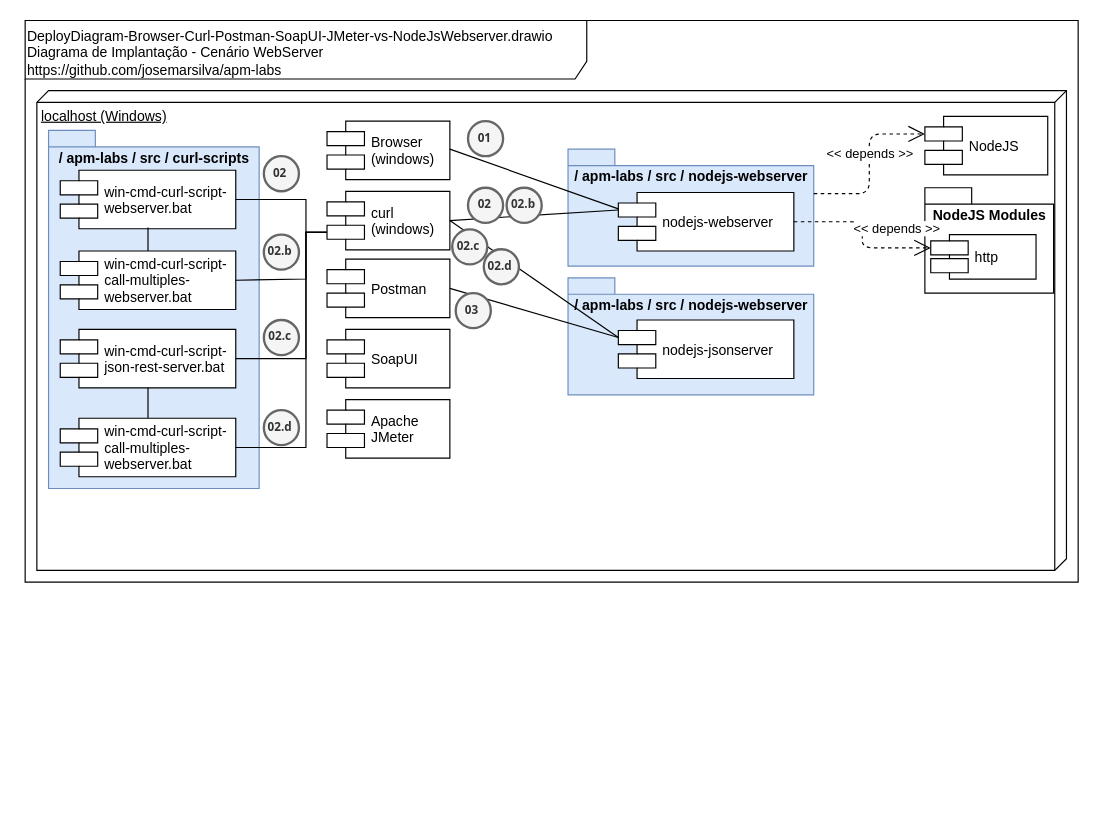
Before: doc/DeployDiagram-Browser-Curl-Postman-SoapUI-JMeter-vs-NodeJsWebserver.drawio in josemarsilva/apm-labs, a draw.io diagram. Source tidied: cells renumbered, new cells numbered last; positions are measured from the earlier drawing's top-left corner, leaving out a move shared by most shapes. Both pictures are drawn from the tidied source at 117%, with x=0, y=0 at pixel (25, 20).
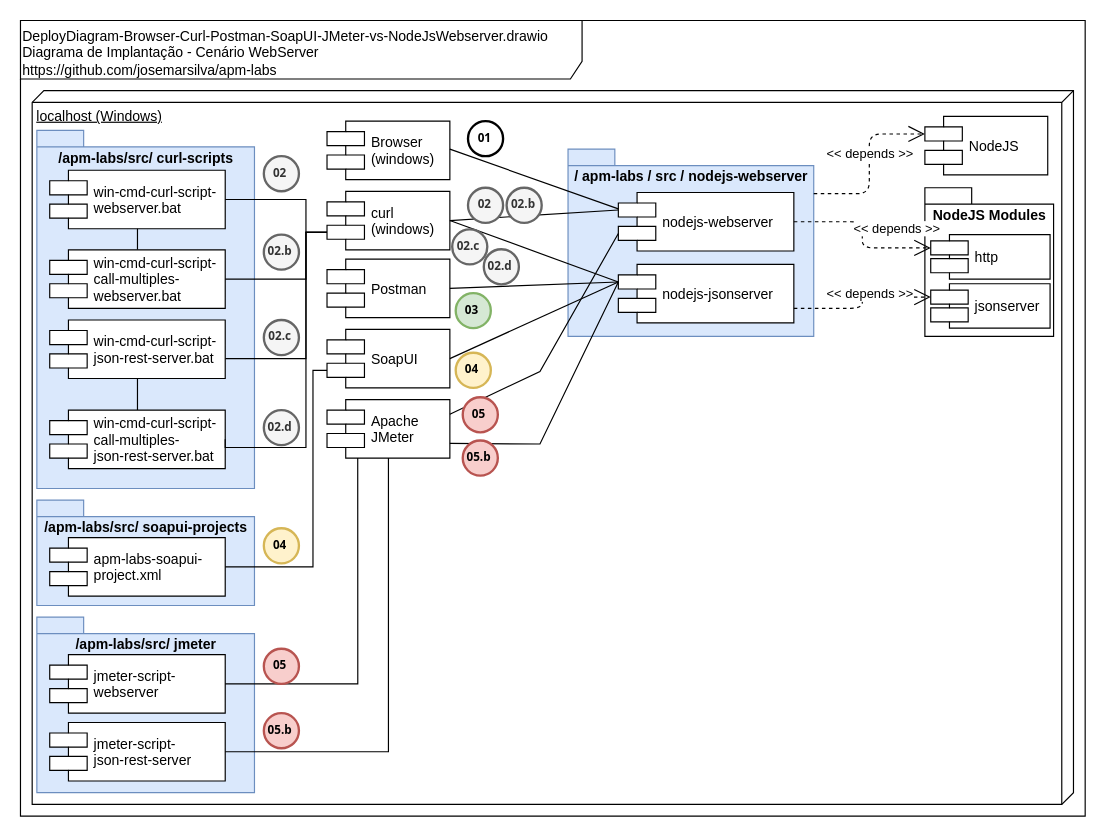
The same diagram, later.

Unchanged cells that the change refers to:
```xml
<mxCell id="7" value="SoapUI" style="shape=component;align=left;spacingLeft=36;" parent="1" vertex="1">
  <mxGeometry x="258" y="264" width="105" height="50" as="geometry" />
</mxCell>
<mxCell id="9" value="nodejs-webserver" style="shape=component;align=left;spacingLeft=36;" parent="1" vertex="1">
  <mxGeometry x="507" y="147" width="150" height="50" as="geometry" />
</mxCell>
<mxCell id="10" value="Apache&#10;JMeter" style="shape=component;align=left;spacingLeft=36;" parent="1" vertex="1">
  <mxGeometry x="258" y="324" width="105" height="50" as="geometry" />
</mxCell>
```

What changed in the source:
```diff
@@
     <mxCell id="2" value="DeployDiagram-Browser-Curl-Postman-SoapUI-JMeter-vs-NodeJsWebserver.drawio&lt;br&gt;Diagrama de Implantação - Cenário WebServer&lt;br&gt;https://github.com/josemarsilva/apm-labs" style="shape=umlFrame;whiteSpace=wrap;html=1;width=480;height=50;verticalAlign=top;align=left;" parent="1" vertex="1">
-      <mxGeometry width="900" height="480" as="geometry" />
+      <mxGeometry x="-4" width="910" height="680" as="geometry" />
     </mxCell>
     <mxCell id="3" value="localhost (Windows)" style="verticalAlign=top;align=left;spacingTop=8;spacingLeft=2;spacingRight=12;shape=cube;size=10;direction=south;fontStyle=4;html=1;" parent="1" vertex="1">
-      <mxGeometry x="10" y="60" width="880" height="410" as="geometry" />
+      <mxGeometry x="6" y="60" width="890" height="610" as="geometry" />
     </mxCell>
@@
     <mxCell id="8" value="/ apm-labs / src /&amp;nbsp;&lt;span style=&quot;text-align: left&quot;&gt;nodejs-webserver&lt;/span&gt;" style="shape=folder;fontStyle=1;spacingTop=10;tabWidth=40;tabHeight=14;tabPosition=left;html=1;verticalAlign=top;fillColor=#dae8fc;strokeColor=#6c8ebf;" parent="1" vertex="1">
-      <mxGeometry x="464" y="110" width="210" height="100" as="geometry" />
+      <mxGeometry x="464" y="110" width="210" height="160" as="geometry" />
     </mxCell>
@@
-    <mxCell id="11" value="01" style="ellipse;whiteSpace=wrap;html=1;strokeWidth=2;fontFamily=Tahoma;spacingBottom=4;spacingRight=2;fontStyle=1;fillColor=#f5f5f5;strokeColor=#666666;fontColor=#333333;fontSize=10;" parent="1" vertex="1">
+    <mxCell id="11" value="01" style="ellipse;whiteSpace=wrap;html=1;strokeWidth=2;fontFamily=Tahoma;spacingBottom=4;spacingRight=2;fontStyle=1;fontSize=10;" parent="1" vertex="1">
       <mxGeometry x="378.5" y="86" width="30" height="30" as="geometry" />
     </mxCell>
@@
     <mxCell id="13" value="NodeJS Modules" style="shape=folder;fontStyle=1;spacingTop=10;tabWidth=40;tabHeight=14;tabPosition=left;html=1;verticalAlign=top;" parent="1" vertex="1">
-      <mxGeometry x="769" y="143" width="110" height="90" as="geometry" />
+      <mxGeometry x="769" y="143" width="110" height="127" as="geometry" />
     </mxCell>
     <mxCell id="14" value="http" style="shape=component;align=left;spacingLeft=36;" parent="1" vertex="1">
-      <mxGeometry x="774" y="183" width="90" height="38" as="geometry" />
+      <mxGeometry x="774" y="183" width="102" height="38" as="geometry" />
     </mxCell>
@@
-    <mxCell id="17" value="/ apm-labs / src /&amp;nbsp;&lt;span style=&quot;text-align: left&quot;&gt;curl-scripts&lt;/span&gt;" style="shape=folder;fontStyle=1;spacingTop=10;tabWidth=40;tabHeight=14;tabPosition=left;html=1;verticalAlign=top;fillColor=#dae8fc;strokeColor=#6c8ebf;" parent="1" vertex="1">
-      <mxGeometry x="20" y="94" width="180" height="306" as="geometry" />
+    <mxCell id="17" value="/apm-labs/src/&amp;nbsp;&lt;span style=&quot;text-align: left&quot;&gt;curl-scripts&lt;/span&gt;" style="shape=folder;fontStyle=1;spacingTop=10;tabWidth=40;tabHeight=14;tabPosition=left;html=1;verticalAlign=top;fillColor=#dae8fc;strokeColor=#6c8ebf;" parent="1" vertex="1">
+      <mxGeometry x="10" y="94" width="186" height="306" as="geometry" />
     </mxCell>
     <mxCell id="18" value="win-cmd-curl-script-&#10;webserver.bat" style="shape=component;align=left;spacingLeft=36;" parent="1" vertex="1">
-      <mxGeometry x="30" y="128" width="150" height="50" as="geometry" />
+      <mxGeometry x="21" y="128" width="150" height="50" as="geometry" />
     </mxCell>
-    <mxCell id="19" value="02" style="ellipse;whiteSpace=wrap;html=1;strokeWidth=2;fontFamily=Tahoma;spacingBottom=4;spacingRight=2;fontStyle=1;fillColor=#f5f5f5;strokeColor=#666666;fontColor=#333333;fontSize=10;" parent="1" vertex="1">
+    <mxCell id="19" value="02" style="ellipse;whiteSpace=wrap;html=1;strokeWidth=2;fontFamily=Tahoma;spacingBottom=4;spacingRight=2;fontStyle=1;fillColor=#f5f5f5;strokeColor=#666666;fontSize=10;fontColor=#333333;" parent="1" vertex="1">
       <mxGeometry x="204" y="116" width="30" height="30" as="geometry" />
     </mxCell>
@@
-    <mxCell id="21" style="edgeStyle=orthogonalEdgeStyle;rounded=0;jettySize=auto;html=1;endArrow=none;endFill=0;entryX=0.5;entryY=1;entryDx=0;entryDy=0;" parent="1" edge="1" source="22" target="18">
+    <mxCell id="21" style="rounded=0;jettySize=auto;html=1;endArrow=none;endFill=0;entryX=0.5;entryY=1;entryDx=0;entryDy=0;" parent="1" edge="1" source="22" target="18">
       <mxGeometry relative="1" as="geometry" />
     </mxCell>
     <mxCell id="22" value="win-cmd-curl-script-&#10;call-multiples-&#10;webserver.bat" style="shape=component;align=left;spacingLeft=36;" parent="1" vertex="1">
-      <mxGeometry x="30" y="197" width="150" height="50" as="geometry" />
+      <mxGeometry x="21" y="196" width="150" height="50" as="geometry" />
     </mxCell>
@@
-    <mxCell id="24" value="02.b" style="ellipse;whiteSpace=wrap;html=1;strokeWidth=2;fontFamily=Tahoma;spacingBottom=4;spacingRight=2;fontStyle=1;fillColor=#f5f5f5;strokeColor=#666666;fontColor=#333333;fontSize=10;" parent="1" vertex="1">
+    <mxCell id="24" value="02.b" style="ellipse;whiteSpace=wrap;html=1;strokeWidth=2;fontFamily=Tahoma;spacingBottom=4;spacingRight=2;fontStyle=1;fillColor=#f5f5f5;strokeColor=#666666;fontSize=10;fontColor=#333333;" parent="1" vertex="1">
       <mxGeometry x="204" y="183" width="30" height="30" as="geometry" />
     </mxCell>
-    <mxCell id="25" value="/ apm-labs / src /&amp;nbsp;&lt;span style=&quot;text-align: left&quot;&gt;nodejs-webserver&lt;/span&gt;" style="shape=folder;fontStyle=1;spacingTop=10;tabWidth=40;tabHeight=14;tabPosition=left;html=1;verticalAlign=top;fillColor=#dae8fc;strokeColor=#6c8ebf;" parent="1" vertex="1">
-      <mxGeometry x="464" y="220" width="210" height="100" as="geometry" />
-    </mxCell>
     <mxCell id="26" value="nodejs-jsonserver" style="shape=component;align=left;spacingLeft=36;" parent="1" vertex="1">
-      <mxGeometry x="507" y="256" width="150" height="50" as="geometry" />
+      <mxGeometry x="507" y="208.5" width="150" height="50" as="geometry" />
     </mxCell>
@@
     <mxCell id="28" value="win-cmd-curl-script-&#10;json-rest-server.bat" style="shape=component;align=left;spacingLeft=36;" parent="1" vertex="1">
-      <mxGeometry x="30" y="264" width="150" height="50" as="geometry" />
+      <mxGeometry x="21" y="256" width="150" height="50" as="geometry" />
     </mxCell>
-    <mxCell id="29" value="02.c" style="ellipse;whiteSpace=wrap;html=1;strokeWidth=2;fontFamily=Tahoma;spacingBottom=4;spacingRight=2;fontStyle=1;fillColor=#f5f5f5;strokeColor=#666666;fontColor=#333333;fontSize=10;" parent="1" vertex="1">
+    <mxCell id="29" value="02.c" style="ellipse;whiteSpace=wrap;html=1;strokeWidth=2;fontFamily=Tahoma;spacingBottom=4;spacingRight=2;fontStyle=1;fillColor=#f5f5f5;strokeColor=#666666;fontSize=10;fontColor=#333333;" parent="1" vertex="1">
       <mxGeometry x="204" y="256" width="30" height="30" as="geometry" />
     </mxCell>
@@
-    <mxCell id="31" value="win-cmd-curl-script-&#10;call-multiples-&#10;webserver.bat" style="shape=component;align=left;spacingLeft=36;" parent="1" vertex="1">
-      <mxGeometry x="30" y="340" width="150" height="50" as="geometry" />
+    <mxCell id="31" value="win-cmd-curl-script-&#10;call-multiples-&#10;json-rest-server.bat" style="shape=component;align=left;spacingLeft=36;" parent="1" vertex="1">
+      <mxGeometry x="21" y="333" width="150" height="50" as="geometry" />
     </mxCell>
@@
-    <mxCell id="33" value="02.d" style="ellipse;whiteSpace=wrap;html=1;strokeWidth=2;fontFamily=Tahoma;spacingBottom=4;spacingRight=2;fontStyle=1;fillColor=#f5f5f5;strokeColor=#666666;fontColor=#333333;fontSize=10;" parent="1" vertex="1">
+    <mxCell id="33" value="02.d" style="ellipse;whiteSpace=wrap;html=1;strokeWidth=2;fontFamily=Tahoma;spacingBottom=4;spacingRight=2;fontStyle=1;fillColor=#f5f5f5;strokeColor=#666666;fontSize=10;fontColor=#333333;" parent="1" vertex="1">
       <mxGeometry x="204" y="333" width="30" height="30" as="geometry" />
     </mxCell>
@@
-    <mxCell id="37" value="02" style="ellipse;whiteSpace=wrap;html=1;strokeWidth=2;fontFamily=Tahoma;spacingBottom=4;spacingRight=2;fontStyle=1;fillColor=#f5f5f5;strokeColor=#666666;fontColor=#333333;fontSize=10;" parent="1" vertex="1">
+    <mxCell id="37" value="02" style="ellipse;whiteSpace=wrap;html=1;strokeWidth=2;fontFamily=Tahoma;spacingBottom=4;spacingRight=2;fontStyle=1;fillColor=#f5f5f5;strokeColor=#666666;fontSize=10;fontColor=#333333;" parent="1" vertex="1">
       <mxGeometry x="378.5" y="143" width="30" height="30" as="geometry" />
     </mxCell>
-    <mxCell id="38" value="02.c" style="ellipse;whiteSpace=wrap;html=1;strokeWidth=2;fontFamily=Tahoma;spacingBottom=4;spacingRight=2;fontStyle=1;fillColor=#f5f5f5;strokeColor=#666666;fontColor=#333333;fontSize=10;" parent="1" vertex="1">
+    <mxCell id="38" value="02.c" style="ellipse;whiteSpace=wrap;html=1;strokeWidth=2;fontFamily=Tahoma;spacingBottom=4;spacingRight=2;fontStyle=1;fillColor=#f5f5f5;strokeColor=#666666;fontSize=10;fontColor=#333333;" parent="1" vertex="1">
       <mxGeometry x="365" y="178.5" width="30" height="30" as="geometry" />
     </mxCell>
-    <mxCell id="39" value="02.b" style="ellipse;whiteSpace=wrap;html=1;strokeWidth=2;fontFamily=Tahoma;spacingBottom=4;spacingRight=2;fontStyle=1;fillColor=#f5f5f5;strokeColor=#666666;fontColor=#333333;fontSize=10;" parent="1" vertex="1">
+    <mxCell id="39" value="02.b" style="ellipse;whiteSpace=wrap;html=1;strokeWidth=2;fontFamily=Tahoma;spacingBottom=4;spacingRight=2;fontStyle=1;fillColor=#f5f5f5;strokeColor=#666666;fontSize=10;fontColor=#333333;" parent="1" vertex="1">
       <mxGeometry x="411.5" y="143" width="30" height="30" as="geometry" />
     </mxCell>
-    <mxCell id="40" value="02.d" style="ellipse;whiteSpace=wrap;html=1;strokeWidth=2;fontFamily=Tahoma;spacingBottom=4;spacingRight=2;fontStyle=1;fillColor=#f5f5f5;strokeColor=#666666;fontColor=#333333;fontSize=10;" parent="1" vertex="1">
+    <mxCell id="40" value="02.d" style="ellipse;whiteSpace=wrap;html=1;strokeWidth=2;fontFamily=Tahoma;spacingBottom=4;spacingRight=2;fontStyle=1;fillColor=#f5f5f5;strokeColor=#666666;fontSize=10;fontColor=#333333;" parent="1" vertex="1">
       <mxGeometry x="392" y="195.5" width="30" height="30" as="geometry" />
     </mxCell>
@@
-    <mxCell id="42" value="03" style="ellipse;whiteSpace=wrap;html=1;strokeWidth=2;fontFamily=Tahoma;spacingBottom=4;spacingRight=2;fontStyle=1;fillColor=#f5f5f5;strokeColor=#666666;fontColor=#333333;fontSize=10;" parent="1" vertex="1">
+    <mxCell id="42" value="03" style="ellipse;whiteSpace=wrap;html=1;strokeWidth=2;fontFamily=Tahoma;spacingBottom=4;spacingRight=2;fontStyle=1;fillColor=#d5e8d4;strokeColor=#82b366;fontSize=10;" parent="1" vertex="1">
       <mxGeometry x="368" y="233" width="30" height="30" as="geometry" />
     </mxCell>
+    <mxCell id="43" style="endArrow=none;startArrow=none;endFill=0;startFill=0;html=1;exitX=1;exitY=0.5;exitDx=0;exitDy=0;entryX=0;entryY=0.3;entryDx=0;entryDy=0;rounded=0;" parent="1" edge="1" source="7" target="26">
+      <mxGeometry relative="1" as="geometry" />
+    </mxCell>
+    <mxCell id="44" value="04" style="ellipse;whiteSpace=wrap;html=1;strokeWidth=2;fontFamily=Tahoma;spacingBottom=4;spacingRight=2;fontStyle=1;fillColor=#fff2cc;strokeColor=#d6b656;fontSize=10;" parent="1" vertex="1">
+      <mxGeometry x="368" y="284" width="30" height="30" as="geometry" />
+    </mxCell>
+    <mxCell id="45" style="endArrow=none;startArrow=none;endFill=0;startFill=0;html=1;exitX=1;exitY=0.25;exitDx=0;exitDy=0;entryX=0;entryY=0.7;entryDx=0;entryDy=0;rounded=0;" parent="1" edge="1" source="10" target="9">
+      <mxGeometry relative="1" as="geometry">
+        <Array as="points">
+          <mxPoint x="440" y="300" />
+        </Array>
+      </mxGeometry>
+    </mxCell>
+    <mxCell id="46" style="endArrow=none;startArrow=none;endFill=0;startFill=0;html=1;exitX=1;exitY=0.75;exitDx=0;exitDy=0;rounded=0;entryX=0;entryY=0.3;entryDx=0;entryDy=0;" parent="1" edge="1" source="10" target="26">
+      <mxGeometry relative="1" as="geometry">
+        <Array as="points">
+          <mxPoint x="440" y="362" />
+        </Array>
+      </mxGeometry>
+    </mxCell>
+    <mxCell id="47" value="05" style="ellipse;whiteSpace=wrap;html=1;strokeWidth=2;fontFamily=Tahoma;spacingBottom=4;spacingRight=2;fontStyle=1;fillColor=#f8cecc;strokeColor=#b85450;fontSize=10;" parent="1" vertex="1">
+      <mxGeometry x="374" y="322" width="30" height="30" as="geometry" />
+    </mxCell>
+    <mxCell id="48" value="05.b" style="ellipse;whiteSpace=wrap;html=1;strokeWidth=2;fontFamily=Tahoma;spacingBottom=4;spacingRight=2;fontStyle=1;fillColor=#f8cecc;strokeColor=#b85450;fontSize=10;" parent="1" vertex="1">
+      <mxGeometry x="374" y="359" width="30" height="30" as="geometry" />
+    </mxCell>
+    <mxCell id="49" value="&lt;div style=&quot;text-align: left&quot;&gt;&lt;span&gt;/apm-labs/src/ &lt;/span&gt;&lt;span&gt;soapui-projects&lt;/span&gt;&lt;/div&gt;" style="shape=folder;fontStyle=1;spacingTop=10;tabWidth=40;tabHeight=14;tabPosition=left;html=1;verticalAlign=top;fillColor=#dae8fc;strokeColor=#6c8ebf;" parent="1" vertex="1">
+      <mxGeometry x="10" y="410" width="186" height="90" as="geometry" />
+    </mxCell>
+    <mxCell id="50" value="apm-labs-soapui-&#10;project.xml" style="shape=component;align=left;spacingLeft=36;" parent="1" vertex="1">
+      <mxGeometry x="21" y="442" width="150" height="50" as="geometry" />
+    </mxCell>
+    <mxCell id="51" style="rounded=0;jettySize=auto;html=1;entryX=0;entryY=0.7;entryDx=0;entryDy=0;endArrow=none;endFill=0;exitX=1;exitY=0.5;exitDx=0;exitDy=0;edgeStyle=orthogonalEdgeStyle;" parent="1" edge="1" source="50" target="7">
+      <mxGeometry relative="1" as="geometry">
+        <Array as="points">
+          <mxPoint x="246" y="467" />
+          <mxPoint x="246" y="299" />
+        </Array>
+      </mxGeometry>
+    </mxCell>
+    <mxCell id="52" value="&lt;div style=&quot;text-align: left&quot;&gt;&lt;span&gt;/apm-labs/src/&amp;nbsp;&lt;/span&gt;&lt;span&gt;jmeter&lt;/span&gt;&lt;/div&gt;" style="shape=folder;fontStyle=1;spacingTop=10;tabWidth=40;tabHeight=14;tabPosition=left;html=1;verticalAlign=top;fillColor=#dae8fc;strokeColor=#6c8ebf;" parent="1" vertex="1">
+      <mxGeometry x="10" y="510" width="186" height="150" as="geometry" />
+    </mxCell>
+    <mxCell id="53" value="jmeter-script-&#10;webserver" style="shape=component;align=left;spacingLeft=36;" parent="1" vertex="1">
+      <mxGeometry x="21" y="542" width="150" height="50" as="geometry" />
+    </mxCell>
+    <mxCell id="54" value="04" style="ellipse;whiteSpace=wrap;html=1;strokeWidth=2;fontFamily=Tahoma;spacingBottom=4;spacingRight=2;fontStyle=1;fillColor=#fff2cc;strokeColor=#d6b656;fontSize=10;" parent="1" vertex="1">
+      <mxGeometry x="204" y="434" width="30" height="30" as="geometry" />
+    </mxCell>
+    <mxCell id="55" style="rounded=0;jettySize=auto;html=1;entryX=0.25;entryY=1;entryDx=0;entryDy=0;endArrow=none;endFill=0;exitX=1;exitY=0.5;exitDx=0;exitDy=0;edgeStyle=orthogonalEdgeStyle;" parent="1" edge="1" source="53" target="10">
+      <mxGeometry relative="1" as="geometry" />
+    </mxCell>
+    <mxCell id="56" value="05" style="ellipse;whiteSpace=wrap;html=1;strokeWidth=2;fontFamily=Tahoma;spacingBottom=4;spacingRight=2;fontStyle=1;fillColor=#f8cecc;strokeColor=#b85450;fontSize=10;" parent="1" vertex="1">
+      <mxGeometry x="204" y="537" width="30" height="30" as="geometry" />
+    </mxCell>
+    <mxCell id="57" value="05.b" style="ellipse;whiteSpace=wrap;html=1;strokeWidth=2;fontFamily=Tahoma;spacingBottom=4;spacingRight=2;fontStyle=1;fillColor=#f8cecc;strokeColor=#b85450;fontSize=10;" parent="1" vertex="1">
+      <mxGeometry x="204" y="592" width="30" height="30" as="geometry" />
+    </mxCell>
+    <mxCell id="58" value="jmeter-script-&#10;json-rest-server" style="shape=component;align=left;spacingLeft=36;" parent="1" vertex="1">
+      <mxGeometry x="21" y="600" width="150" height="50" as="geometry" />
+    </mxCell>
+    <mxCell id="59" style="rounded=0;jettySize=auto;html=1;entryX=0.5;entryY=1;entryDx=0;entryDy=0;endArrow=none;endFill=0;exitX=1;exitY=0.5;exitDx=0;exitDy=0;edgeStyle=orthogonalEdgeStyle;" parent="1" edge="1" source="58" target="10">
+      <mxGeometry relative="1" as="geometry" />
+    </mxCell>
+    <mxCell id="60" value="jsonserver" style="shape=component;align=left;spacingLeft=36;" parent="1" vertex="1">
+      <mxGeometry x="774" y="225" width="102" height="38" as="geometry" />
+    </mxCell>
+    <mxCell id="61" value="&amp;lt;&amp;lt; depends &amp;gt;&amp;gt;" style="endArrow=open;endSize=12;dashed=1;html=1;exitX=1;exitY=0.75;exitDx=0;exitDy=0;entryX=0;entryY=0.3;entryDx=0;entryDy=0;edgeStyle=orthogonalEdgeStyle;" parent="1" edge="1" source="26" target="60">
+      <mxGeometry x="-0.16" y="17" relative="1" as="geometry">
+        <mxPoint x="12" y="5" as="offset" />
+      </mxGeometry>
+    </mxCell>
```
